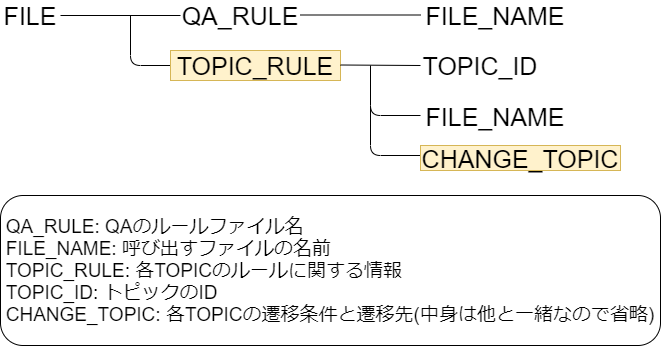
The draw.io diagram rule/dialogue_topic_change_comp2021_compo1.png in yamada-ai/live-comp2021, before a commit. Source tidied: cells renumbered, new cells last; positions are measured from the earlier drawing's top-left corner, leaving out a move shared by most shapes. Its diagram source:
```xml
<mxGraphModel>
  <root>
    <mxCell id="0" />
    <mxCell id="1" parent="0" />
    <mxCell id="2" value="&lt;font style=&quot;font-size: 25px&quot;&gt;FILE&lt;/font&gt;" style="text;html=1;strokeColor=none;fillColor=none;align=center;verticalAlign=middle;whiteSpace=wrap;rounded=0;" parent="1" vertex="1">
      <mxGeometry x="10" width="40" height="20" as="geometry" />
    </mxCell>
    <mxCell id="3" style="endArrow=none;html=1;" parent="1" edge="1">
      <mxGeometry relative="1" as="geometry">
        <mxPoint x="60" y="10" as="sourcePoint" />
        <mxPoint x="180" y="10" as="targetPoint" />
      </mxGeometry>
    </mxCell>
    <mxCell id="4" value="&lt;span style=&quot;font-size: 25px&quot;&gt;QA_RULE&lt;/span&gt;" style="text;html=1;strokeColor=none;fillColor=none;align=center;verticalAlign=middle;whiteSpace=wrap;rounded=0;" parent="1" vertex="1">
      <mxGeometry x="220" width="40" height="20" as="geometry" />
    </mxCell>
    <mxCell id="5" style="endArrow=none;html=1;" parent="1" edge="1">
      <mxGeometry relative="1" as="geometry">
        <mxPoint x="300" y="9.5" as="sourcePoint" />
        <mxPoint x="420" y="9.5" as="targetPoint" />
      </mxGeometry>
    </mxCell>
    <mxCell id="6" value="&lt;span style=&quot;font-size: 25px&quot;&gt;FILE_NAME&lt;/span&gt;" style="text;html=1;strokeColor=none;fillColor=none;align=center;verticalAlign=middle;whiteSpace=wrap;rounded=0;" parent="1" vertex="1">
      <mxGeometry x="475" y="5" width="40" height="10" as="geometry" />
    </mxCell>
    <mxCell id="7" style="endArrow=none;html=1;" parent="1" edge="1">
      <mxGeometry relative="1" as="geometry">
        <mxPoint x="180" y="60" as="sourcePoint" />
        <mxPoint x="130" y="10" as="targetPoint" />
        <Array as="points">
          <mxPoint x="130" y="60" />
        </Array>
      </mxGeometry>
    </mxCell>
    <mxCell id="8" value="&lt;span style=&quot;font-size: 25px&quot;&gt;TOPIC_RULE&lt;/span&gt;" style="text;html=1;strokeColor=#d6b656;fillColor=#fff2cc;align=center;verticalAlign=middle;whiteSpace=wrap;rounded=0;" parent="1" vertex="1">
      <mxGeometry x="170" y="45" width="170" height="30" as="geometry" />
    </mxCell>
    <mxCell id="9" style="endArrow=none;html=1;" parent="1" edge="1">
      <mxGeometry relative="1" as="geometry">
        <mxPoint x="340" y="59.5" as="sourcePoint" />
        <mxPoint x="420" y="60" as="targetPoint" />
      </mxGeometry>
    </mxCell>
    <mxCell id="10" value="&lt;span style=&quot;font-size: 25px&quot;&gt;TOPIC_ID&lt;/span&gt;" style="text;html=1;strokeColor=none;fillColor=none;align=center;verticalAlign=middle;whiteSpace=wrap;rounded=0;" parent="1" vertex="1">
      <mxGeometry x="460" y="55" width="40" height="10" as="geometry" />
    </mxCell>
    <mxCell id="11" style="edgeStyle=orthogonalEdgeStyle;rounded=0;orthogonalLoop=1;jettySize=auto;html=1;exitX=0.5;exitY=1;exitDx=0;exitDy=0;" parent="1" edge="1" source="10" target="10">
      <mxGeometry relative="1" as="geometry" />
    </mxCell>
    <mxCell id="12" style="endArrow=none;html=1;" parent="1" edge="1">
      <mxGeometry relative="1" as="geometry">
        <mxPoint x="420" y="110" as="sourcePoint" />
        <mxPoint x="370" y="60" as="targetPoint" />
        <Array as="points">
          <mxPoint x="370" y="110" />
        </Array>
      </mxGeometry>
    </mxCell>
    <mxCell id="13" value="&lt;span style=&quot;font-size: 25px&quot;&gt;FILE_NAME&lt;/span&gt;" style="text;html=1;strokeColor=none;fillColor=none;align=center;verticalAlign=middle;whiteSpace=wrap;rounded=0;" parent="1" vertex="1">
      <mxGeometry x="430" y="106" width="130" height="10" as="geometry" />
    </mxCell>
    <mxCell id="14" style="endArrow=none;html=1;" parent="1" edge="1">
      <mxGeometry relative="1" as="geometry">
        <mxPoint x="420" y="150" as="sourcePoint" />
        <mxPoint x="370" y="100" as="targetPoint" />
        <Array as="points">
          <mxPoint x="370" y="150" />
        </Array>
      </mxGeometry>
    </mxCell>
    <mxCell id="15" value="&lt;span style=&quot;font-size: 25px&quot;&gt;CHANGE_TOPIC&lt;/span&gt;" style="text;html=1;strokeColor=#d6b656;fillColor=#fff2cc;align=center;verticalAlign=middle;whiteSpace=wrap;rounded=0;" parent="1" vertex="1">
      <mxGeometry x="420" y="140" width="200" height="25" as="geometry" />
    </mxCell>
    <mxCell id="16" value="&lt;div style=&quot;text-align: left ; font-size: 19px&quot;&gt;&lt;span&gt;&lt;font style=&quot;font-size: 19px&quot;&gt;QA_RULE: QAのルールファイル名&lt;/font&gt;&lt;/span&gt;&lt;/div&gt;&lt;div style=&quot;text-align: left ; font-size: 19px&quot;&gt;&lt;span&gt;&lt;font style=&quot;font-size: 19px&quot;&gt;FILE_NAME: 呼び出すファイルの名前&lt;/font&gt;&lt;/span&gt;&lt;/div&gt;&lt;div style=&quot;text-align: left ; font-size: 19px&quot;&gt;&lt;span&gt;&lt;font style=&quot;font-size: 19px&quot;&gt;TOPIC_RULE: 各TOPICのルールに関する情報&lt;/font&gt;&lt;/span&gt;&lt;/div&gt;&lt;div style=&quot;text-align: left ; font-size: 19px&quot;&gt;&lt;span&gt;&lt;font style=&quot;font-size: 19px&quot;&gt;TOPIC_ID: トピックのID&lt;/font&gt;&lt;/span&gt;&lt;/div&gt;&lt;div style=&quot;text-align: left ; font-size: 19px&quot;&gt;&lt;span&gt;&lt;font style=&quot;font-size: 19px&quot;&gt;CHANGE_TOPIC: 各TOPICの遷移条件と遷移先(中身は他と一緒なので省略)&lt;/font&gt;&lt;/span&gt;&lt;/div&gt;" style="rounded=1;whiteSpace=wrap;html=1;" parent="1" vertex="1">
      <mxGeometry y="190" width="660" height="150" as="geometry" />
    </mxCell>
  </root>
</mxGraphModel>
```
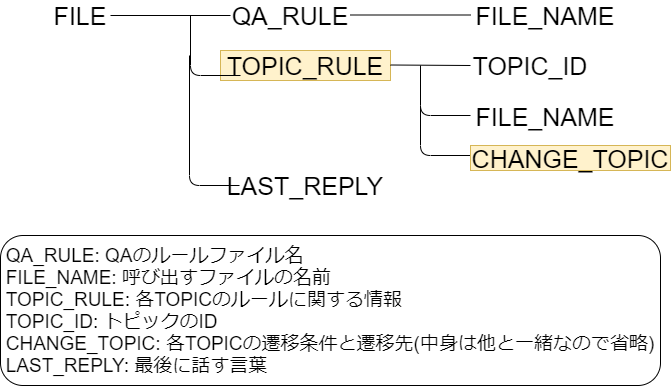
After the change.

Commit message:
add last reply for change topic

Change to the diagram source:
```diff
@@ -5,74 +5,86 @@
     <mxCell id="2" value="&lt;font style=&quot;font-size: 25px&quot;&gt;FILE&lt;/font&gt;" style="text;html=1;strokeColor=none;fillColor=none;align=center;verticalAlign=middle;whiteSpace=wrap;rounded=0;" parent="1" vertex="1">
       <mxGeometry x="10" width="40" height="20" as="geometry" />
     </mxCell>
-    <mxCell id="3" style="endArrow=none;html=1;" parent="1" edge="1">
-      <mxGeometry relative="1" as="geometry">
-        <mxPoint x="60" y="10" as="sourcePoint" />
-        <mxPoint x="180" y="10" as="targetPoint" />
-      </mxGeometry>
-    </mxCell>
+    <mxCell id="17" style="endArrow=none;html=1;" parent="1" edge="1">
+      <mxGeometry relative="1" as="geometry">
+        <mxPoint x="60" y="10" as="sourcePoint" />
+        <mxPoint x="180" y="10" as="targetPoint" />
+      </mxGeometry>
+    </mxCell>
     <mxCell id="4" value="&lt;span style=&quot;font-size: 25px&quot;&gt;QA_RULE&lt;/span&gt;" style="text;html=1;strokeColor=none;fillColor=none;align=center;verticalAlign=middle;whiteSpace=wrap;rounded=0;" parent="1" vertex="1">
       <mxGeometry x="220" width="40" height="20" as="geometry" />
     </mxCell>
-    <mxCell id="5" style="endArrow=none;html=1;" parent="1" edge="1">
-      <mxGeometry relative="1" as="geometry">
-        <mxPoint x="300" y="9.5" as="sourcePoint" />
-        <mxPoint x="420" y="9.5" as="targetPoint" />
-      </mxGeometry>
-    </mxCell>
-    <mxCell id="6" value="&lt;span style=&quot;font-size: 25px&quot;&gt;FILE_NAME&lt;/span&gt;" style="text;html=1;strokeColor=none;fillColor=none;align=center;verticalAlign=middle;whiteSpace=wrap;rounded=0;" parent="1" vertex="1">
-      <mxGeometry x="475" y="5" width="40" height="10" as="geometry" />
-    </mxCell>
-    <mxCell id="7" style="endArrow=none;html=1;" parent="1" edge="1">
-      <mxGeometry relative="1" as="geometry">
-        <mxPoint x="180" y="60" as="sourcePoint" />
-        <mxPoint x="130" y="10" as="targetPoint" />
-        <Array as="points">
-          <mxPoint x="130" y="60" />
-        </Array>
-      </mxGeometry>
-    </mxCell>
+    <mxCell id="18" style="endArrow=none;html=1;" parent="1" edge="1">
+      <mxGeometry relative="1" as="geometry">
+        <mxPoint x="300" y="9.5" as="sourcePoint" />
+        <mxPoint x="420" y="9.5" as="targetPoint" />
+      </mxGeometry>
+    </mxCell>
+    <mxCell id="19" value="&lt;span style=&quot;font-size: 25px&quot;&gt;FILE_NAME&lt;/span&gt;" style="text;html=1;strokeColor=none;fillColor=none;align=center;verticalAlign=middle;whiteSpace=wrap;rounded=0;" parent="1" vertex="1">
+      <mxGeometry x="475" y="5" width="40" height="10" as="geometry" />
+    </mxCell>
+    <mxCell id="20" style="endArrow=none;html=1;" parent="1" edge="1">
+      <mxGeometry relative="1" as="geometry">
+        <mxPoint x="189" y="180" as="sourcePoint" />
+        <mxPoint x="139" y="50" as="targetPoint" />
+        <Array as="points">
+          <mxPoint x="139" y="180" />
+        </Array>
+      </mxGeometry>
+    </mxCell>
     <mxCell id="8" value="&lt;span style=&quot;font-size: 25px&quot;&gt;TOPIC_RULE&lt;/span&gt;" style="text;html=1;strokeColor=#d6b656;fillColor=#fff2cc;align=center;verticalAlign=middle;whiteSpace=wrap;rounded=0;" parent="1" vertex="1">
       <mxGeometry x="170" y="45" width="170" height="30" as="geometry" />
     </mxCell>
-    <mxCell id="9" style="endArrow=none;html=1;" parent="1" edge="1">
-      <mxGeometry relative="1" as="geometry">
-        <mxPoint x="340" y="59.5" as="sourcePoint" />
-        <mxPoint x="420" y="60" as="targetPoint" />
-      </mxGeometry>
-    </mxCell>
+    <mxCell id="21" style="endArrow=none;html=1;" parent="1" edge="1">
+      <mxGeometry relative="1" as="geometry">
+        <mxPoint x="340" y="59.5" as="sourcePoint" />
+        <mxPoint x="420" y="60" as="targetPoint" />
+      </mxGeometry>
+    </mxCell>
     <mxCell id="10" value="&lt;span style=&quot;font-size: 25px&quot;&gt;TOPIC_ID&lt;/span&gt;" style="text;html=1;strokeColor=none;fillColor=none;align=center;verticalAlign=middle;whiteSpace=wrap;rounded=0;" parent="1" vertex="1">
       <mxGeometry x="460" y="55" width="40" height="10" as="geometry" />
     </mxCell>
     <mxCell id="11" style="edgeStyle=orthogonalEdgeStyle;rounded=0;orthogonalLoop=1;jettySize=auto;html=1;exitX=0.5;exitY=1;exitDx=0;exitDy=0;" parent="1" edge="1" source="10" target="10">
       <mxGeometry relative="1" as="geometry" />
     </mxCell>
-    <mxCell id="12" style="endArrow=none;html=1;" parent="1" edge="1">
-      <mxGeometry relative="1" as="geometry">
-        <mxPoint x="420" y="110" as="sourcePoint" />
-        <mxPoint x="370" y="60" as="targetPoint" />
-        <Array as="points">
-          <mxPoint x="370" y="110" />
-        </Array>
-      </mxGeometry>
-    </mxCell>
-    <mxCell id="13" value="&lt;span style=&quot;font-size: 25px&quot;&gt;FILE_NAME&lt;/span&gt;" style="text;html=1;strokeColor=none;fillColor=none;align=center;verticalAlign=middle;whiteSpace=wrap;rounded=0;" parent="1" vertex="1">
-      <mxGeometry x="430" y="106" width="130" height="10" as="geometry" />
-    </mxCell>
-    <mxCell id="14" style="endArrow=none;html=1;" parent="1" edge="1">
-      <mxGeometry relative="1" as="geometry">
-        <mxPoint x="420" y="150" as="sourcePoint" />
-        <mxPoint x="370" y="100" as="targetPoint" />
-        <Array as="points">
-          <mxPoint x="370" y="150" />
-        </Array>
-      </mxGeometry>
-    </mxCell>
+    <mxCell id="22" style="endArrow=none;html=1;" parent="1" edge="1">
+      <mxGeometry relative="1" as="geometry">
+        <mxPoint x="420" y="110" as="sourcePoint" />
+        <mxPoint x="370" y="60" as="targetPoint" />
+        <Array as="points">
+          <mxPoint x="370" y="110" />
+        </Array>
+      </mxGeometry>
+    </mxCell>
+    <mxCell id="23" value="&lt;span style=&quot;font-size: 25px&quot;&gt;FILE_NAME&lt;/span&gt;" style="text;html=1;strokeColor=none;fillColor=none;align=center;verticalAlign=middle;whiteSpace=wrap;rounded=0;" parent="1" vertex="1">
+      <mxGeometry x="430" y="106" width="130" height="10" as="geometry" />
+    </mxCell>
+    <mxCell id="24" style="endArrow=none;html=1;" parent="1" edge="1">
+      <mxGeometry relative="1" as="geometry">
+        <mxPoint x="420" y="150" as="sourcePoint" />
+        <mxPoint x="370" y="100" as="targetPoint" />
+        <Array as="points">
+          <mxPoint x="370" y="150" />
+        </Array>
+      </mxGeometry>
+    </mxCell>
     <mxCell id="15" value="&lt;span style=&quot;font-size: 25px&quot;&gt;CHANGE_TOPIC&lt;/span&gt;" style="text;html=1;strokeColor=#d6b656;fillColor=#fff2cc;align=center;verticalAlign=middle;whiteSpace=wrap;rounded=0;" parent="1" vertex="1">
       <mxGeometry x="420" y="140" width="200" height="25" as="geometry" />
     </mxCell>
-    <mxCell id="16" value="&lt;div style=&quot;text-align: left ; font-size: 19px&quot;&gt;&lt;span&gt;&lt;font style=&quot;font-size: 19px&quot;&gt;QA_RULE: QAのルールファイル名&lt;/font&gt;&lt;/span&gt;&lt;/div&gt;&lt;div style=&quot;text-align: left ; font-size: 19px&quot;&gt;&lt;span&gt;&lt;font style=&quot;font-size: 19px&quot;&gt;FILE_NAME: 呼び出すファイルの名前&lt;/font&gt;&lt;/span&gt;&lt;/div&gt;&lt;div style=&quot;text-align: left ; font-size: 19px&quot;&gt;&lt;span&gt;&lt;font style=&quot;font-size: 19px&quot;&gt;TOPIC_RULE: 各TOPICのルールに関する情報&lt;/font&gt;&lt;/span&gt;&lt;/div&gt;&lt;div style=&quot;text-align: left ; font-size: 19px&quot;&gt;&lt;span&gt;&lt;font style=&quot;font-size: 19px&quot;&gt;TOPIC_ID: トピックのID&lt;/font&gt;&lt;/span&gt;&lt;/div&gt;&lt;div style=&quot;text-align: left ; font-size: 19px&quot;&gt;&lt;span&gt;&lt;font style=&quot;font-size: 19px&quot;&gt;CHANGE_TOPIC: 各TOPICの遷移条件と遷移先(中身は他と一緒なので省略)&lt;/font&gt;&lt;/span&gt;&lt;/div&gt;" style="rounded=1;whiteSpace=wrap;html=1;" parent="1" vertex="1">
-      <mxGeometry y="190" width="660" height="150" as="geometry" />
-    </mxCell>
+    <mxCell id="25" value="&lt;div style=&quot;text-align: left ; font-size: 19px&quot;&gt;&lt;span&gt;&lt;font style=&quot;font-size: 19px&quot;&gt;QA_RULE: QAのルールファイル名&lt;/font&gt;&lt;/span&gt;&lt;/div&gt;&lt;div style=&quot;text-align: left ; font-size: 19px&quot;&gt;&lt;span&gt;&lt;font style=&quot;font-size: 19px&quot;&gt;FILE_NAME: 呼び出すファイルの名前&lt;/font&gt;&lt;/span&gt;&lt;/div&gt;&lt;div style=&quot;text-align: left ; font-size: 19px&quot;&gt;&lt;span&gt;&lt;font style=&quot;font-size: 19px&quot;&gt;TOPIC_RULE: 各TOPICのルールに関する情報&lt;/font&gt;&lt;/span&gt;&lt;/div&gt;&lt;div style=&quot;text-align: left ; font-size: 19px&quot;&gt;&lt;span&gt;&lt;font style=&quot;font-size: 19px&quot;&gt;TOPIC_ID: トピックのID&lt;/font&gt;&lt;/span&gt;&lt;/div&gt;&lt;div style=&quot;text-align: left ; font-size: 19px&quot;&gt;&lt;span&gt;&lt;font style=&quot;font-size: 19px&quot;&gt;CHANGE_TOPIC: 各TOPICの遷移条件と遷移先(中身は他と一緒なので省略)&lt;/font&gt;&lt;/span&gt;&lt;/div&gt;&lt;div style=&quot;text-align: left ; font-size: 19px&quot;&gt;&lt;span&gt;&lt;font style=&quot;font-size: 19px&quot;&gt;LAST_REPLY: 最後に話す言葉&lt;/font&gt;&lt;/span&gt;&lt;/div&gt;" style="rounded=1;whiteSpace=wrap;html=1;" parent="1" vertex="1">
+      <mxGeometry x="-50" y="230" width="660" height="150" as="geometry" />
+    </mxCell>
+    <mxCell id="26" style="endArrow=none;html=1;" parent="1" edge="1">
+      <mxGeometry relative="1" as="geometry">
+        <mxPoint x="190" y="70" as="sourcePoint" />
+        <mxPoint x="140" y="10" as="targetPoint" />
+        <Array as="points">
+          <mxPoint x="140" y="70" />
+        </Array>
+      </mxGeometry>
+    </mxCell>
+    <mxCell id="27" value="&lt;span style=&quot;font-size: 25px&quot;&gt;LAST_REPLY&lt;/span&gt;" style="text;html=1;strokeColor=none;fillColor=none;align=center;verticalAlign=middle;whiteSpace=wrap;rounded=0;" parent="1" vertex="1">
+      <mxGeometry x="235" y="170" width="40" height="20" as="geometry" />
+    </mxCell>
   </root>
 </mxGraphModel>
```
